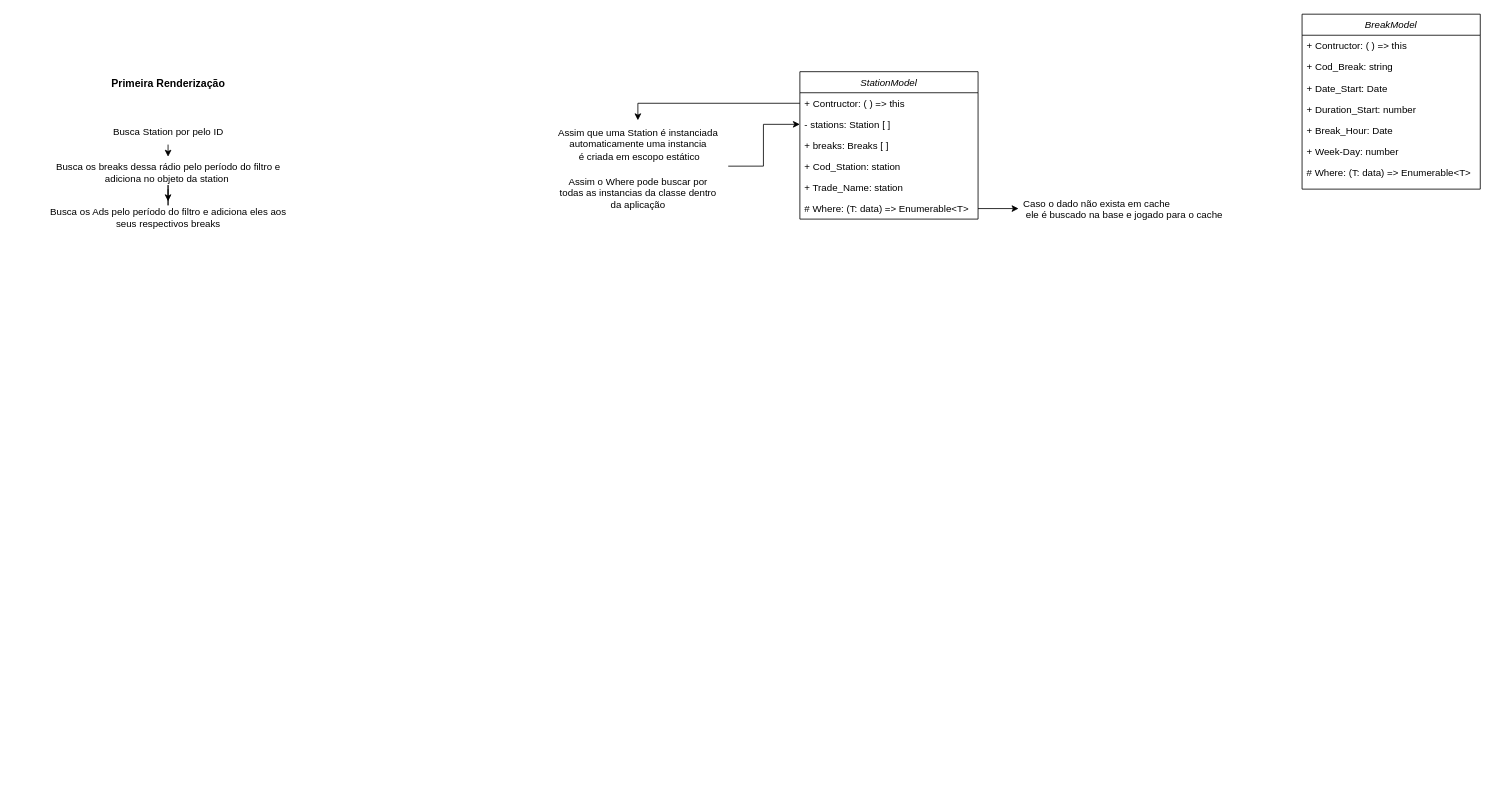
This is Programatica.drawio from Vusmonth/uml, a draw.io file, before an edit. Source tidied: cells renumbered, new cells numbered last; positions are measured from the earlier drawing's top-left corner, leaving out a move shared by most shapes. Both pictures are drawn from the tidied source at 81%, with x=0, y=0 at pixel (38, 14).
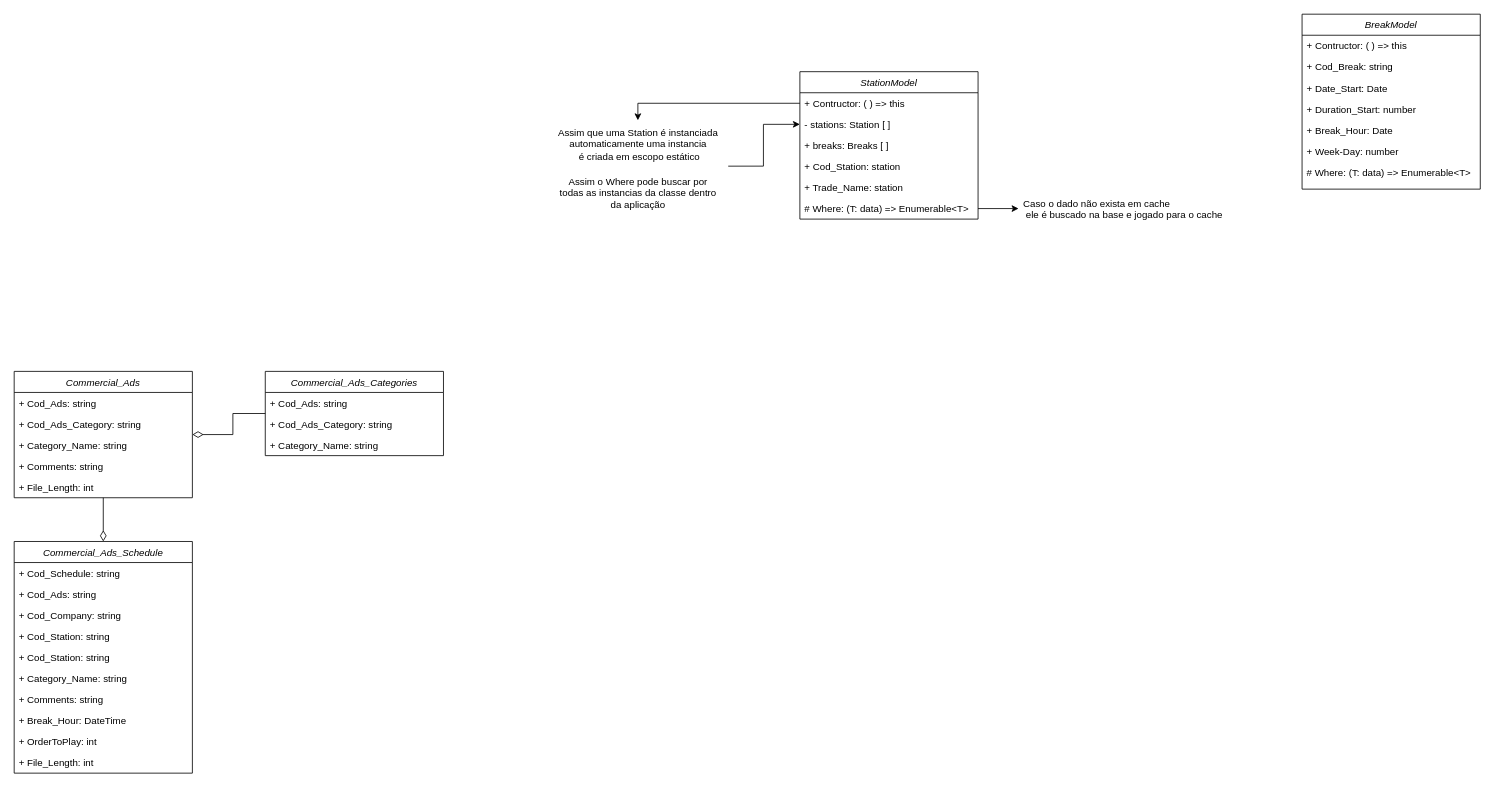
Above is the later version.

The edit, as a diff of the source:
```diff
@@
-    <mxCell id="13" value="Primeira Renderização" style="text;html=1;align=center;verticalAlign=middle;strokeColor=none;fillColor=none;fontSize=13;fontStyle=1;" parent="1" vertex="1">
-      <mxGeometry x="80" y="71" width="160" height="30" as="geometry" />
-    </mxCell>
-    <mxCell id="14" style="edgeStyle=none;rounded=0;jettySize=auto;html=1;" parent="1" edge="1" source="15" target="17">
-      <mxGeometry relative="1" as="geometry" />
-    </mxCell>
-    <mxCell id="15" value="Busca Station por pelo ID" style="text;html=1;align=center;verticalAlign=middle;points=[];strokeColor=none;fillColor=none;fontSize=12;fontStyle=0;" parent="1" vertex="1">
-      <mxGeometry x="80" y="131" width="160" height="30" as="geometry" />
-    </mxCell>
-    <mxCell id="16" style="edgeStyle=orthogonalEdgeStyle;rounded=0;jettySize=auto;html=1;" parent="1" edge="1" source="17" target="18">
-      <mxGeometry relative="1" as="geometry" />
-    </mxCell>
-    <mxCell id="17" value="Busca os breaks dessa rádio pelo período do filtro e&lt;br&gt;adiciona no objeto da station&amp;nbsp;" style="text;html=1;align=center;verticalAlign=middle;points=[];strokeColor=none;fillColor=none;fontSize=12;fontStyle=0;" parent="1" vertex="1">
-      <mxGeometry x="10" y="176" width="300" height="40" as="geometry" />
-    </mxCell>
-    <mxCell id="18" value="Busca os Ads pelo período do filtro e adiciona eles aos&lt;br&gt;seus respectivos breaks" style="text;html=1;align=center;verticalAlign=middle;points=[];strokeColor=none;fillColor=none;fontSize=12;fontStyle=0;" parent="1" vertex="1">
-      <mxGeometry y="231" width="320" height="40" as="geometry" />
-    </mxCell>
@@
+    <mxCell id="29" value="Commercial_Ads_Schedule" style="swimlane;fontStyle=2;align=center;verticalAlign=top;horizontal=1;startSize=26;rounded=0;shadow=0;strokeWidth=1;labelBackgroundColor=none;" parent="1" vertex="1">
+      <mxGeometry x="-30" y="651" width="220" height="286" as="geometry" />
+    </mxCell>
+    <mxCell id="30" value="+ Cod_Schedule: string" style="text;align=left;verticalAlign=top;spacingLeft=4;spacingRight=4;overflow=hidden;labelBackgroundColor=none;" parent="29" vertex="1">
+      <mxGeometry y="26" width="220" height="26" as="geometry" />
+    </mxCell>
+    <mxCell id="31" value="+ Cod_Ads: string" style="text;align=left;verticalAlign=top;spacingLeft=4;spacingRight=4;overflow=hidden;labelBackgroundColor=none;" parent="29" vertex="1">
+      <mxGeometry y="52" width="220" height="26" as="geometry" />
+    </mxCell>
+    <mxCell id="32" value="+ Cod_Company: string" style="text;align=left;verticalAlign=top;spacingLeft=4;spacingRight=4;overflow=hidden;labelBackgroundColor=none;" parent="29" vertex="1">
+      <mxGeometry y="78" width="220" height="26" as="geometry" />
+    </mxCell>
+    <mxCell id="33" value="+ Cod_Station: string" style="text;align=left;verticalAlign=top;spacingLeft=4;spacingRight=4;overflow=hidden;labelBackgroundColor=none;" parent="29" vertex="1">
+      <mxGeometry y="104" width="220" height="26" as="geometry" />
+    </mxCell>
+    <mxCell id="34" value="+ Cod_Station: string" style="text;align=left;verticalAlign=top;spacingLeft=4;spacingRight=4;overflow=hidden;labelBackgroundColor=none;" parent="29" vertex="1">
+      <mxGeometry y="130" width="220" height="26" as="geometry" />
+    </mxCell>
+    <mxCell id="35" value="+ Category_Name: string" style="text;align=left;verticalAlign=top;spacingLeft=4;spacingRight=4;overflow=hidden;labelBackgroundColor=none;" parent="29" vertex="1">
+      <mxGeometry y="156" width="220" height="26" as="geometry" />
+    </mxCell>
+    <mxCell id="36" value="+ Comments: string" style="text;align=left;verticalAlign=top;spacingLeft=4;spacingRight=4;overflow=hidden;labelBackgroundColor=none;" parent="29" vertex="1">
+      <mxGeometry y="182" width="220" height="26" as="geometry" />
+    </mxCell>
+    <mxCell id="37" value="+ Break_Hour: DateTime" style="text;align=left;verticalAlign=top;spacingLeft=4;spacingRight=4;overflow=hidden;labelBackgroundColor=none;" parent="29" vertex="1">
+      <mxGeometry y="208" width="220" height="26" as="geometry" />
+    </mxCell>
+    <mxCell id="38" value="+ OrderToPlay: int" style="text;align=left;verticalAlign=top;spacingLeft=4;spacingRight=4;overflow=hidden;labelBackgroundColor=none;" parent="29" vertex="1">
+      <mxGeometry y="234" width="220" height="26" as="geometry" />
+    </mxCell>
+    <mxCell id="39" value="+ File_Length: int" style="text;align=left;verticalAlign=top;spacingLeft=4;spacingRight=4;overflow=hidden;labelBackgroundColor=none;" parent="29" vertex="1">
+      <mxGeometry y="260" width="220" height="26" as="geometry" />
+    </mxCell>
+    <mxCell id="40" style="edgeStyle=orthogonalEdgeStyle;rounded=0;jettySize=auto;html=1;entryX=1;entryY=0.5;entryDx=0;entryDy=0;endArrow=diamondThin;endFill=0;endSize=11;" parent="1" edge="1" source="41" target="46">
+      <mxGeometry relative="1" as="geometry" />
+    </mxCell>
+    <mxCell id="41" value="Commercial_Ads_Categories" style="swimlane;fontStyle=2;align=center;verticalAlign=top;horizontal=1;startSize=26;rounded=0;shadow=0;strokeWidth=1;labelBackgroundColor=none;" parent="1" vertex="1">
+      <mxGeometry x="280" y="441" width="220" height="104" as="geometry" />
+    </mxCell>
+    <mxCell id="42" value="+ Cod_Ads: string" style="text;align=left;verticalAlign=top;spacingLeft=4;spacingRight=4;overflow=hidden;labelBackgroundColor=none;" parent="41" vertex="1">
+      <mxGeometry y="26" width="220" height="26" as="geometry" />
+    </mxCell>
+    <mxCell id="43" value="+ Cod_Ads_Category: string" style="text;align=left;verticalAlign=top;spacingLeft=4;spacingRight=4;overflow=hidden;labelBackgroundColor=none;" parent="41" vertex="1">
+      <mxGeometry y="52" width="220" height="26" as="geometry" />
+    </mxCell>
+    <mxCell id="44" value="+ Category_Name: string" style="text;align=left;verticalAlign=top;spacingLeft=4;spacingRight=4;overflow=hidden;labelBackgroundColor=none;" parent="41" vertex="1">
+      <mxGeometry y="78" width="220" height="26" as="geometry" />
+    </mxCell>
+    <mxCell id="45" style="edgeStyle=orthogonalEdgeStyle;rounded=0;jettySize=auto;html=1;exitX=0.5;exitY=1;exitDx=0;exitDy=0;entryX=0.5;entryY=0;entryDx=0;entryDy=0;endArrow=diamondThin;endFill=0;endSize=11;" parent="1" edge="1" source="46" target="29">
+      <mxGeometry relative="1" as="geometry" />
+    </mxCell>
+    <mxCell id="46" value="Commercial_Ads" style="swimlane;fontStyle=2;align=center;verticalAlign=top;horizontal=1;startSize=26;rounded=0;shadow=0;strokeWidth=1;labelBackgroundColor=none;" parent="1" vertex="1">
+      <mxGeometry x="-30" y="441" width="220" height="156" as="geometry" />
+    </mxCell>
+    <mxCell id="47" value="+ Cod_Ads: string" style="text;align=left;verticalAlign=top;spacingLeft=4;spacingRight=4;overflow=hidden;labelBackgroundColor=none;" parent="46" vertex="1">
+      <mxGeometry y="26" width="220" height="26" as="geometry" />
+    </mxCell>
+    <mxCell id="48" value="+ Cod_Ads_Category: string" style="text;align=left;verticalAlign=top;spacingLeft=4;spacingRight=4;overflow=hidden;labelBackgroundColor=none;" parent="46" vertex="1">
+      <mxGeometry y="52" width="220" height="26" as="geometry" />
+    </mxCell>
+    <mxCell id="49" value="+ Category_Name: string" style="text;align=left;verticalAlign=top;spacingLeft=4;spacingRight=4;overflow=hidden;labelBackgroundColor=none;" parent="46" vertex="1">
+      <mxGeometry y="78" width="220" height="26" as="geometry" />
+    </mxCell>
+    <mxCell id="50" value="+ Comments: string" style="text;align=left;verticalAlign=top;spacingLeft=4;spacingRight=4;overflow=hidden;labelBackgroundColor=none;" parent="46" vertex="1">
+      <mxGeometry y="104" width="220" height="26" as="geometry" />
+    </mxCell>
+    <mxCell id="51" value="+ File_Length: int" style="text;align=left;verticalAlign=top;spacingLeft=4;spacingRight=4;overflow=hidden;labelBackgroundColor=none;" parent="46" vertex="1">
+      <mxGeometry y="130" width="220" height="26" as="geometry" />
+    </mxCell>
```
